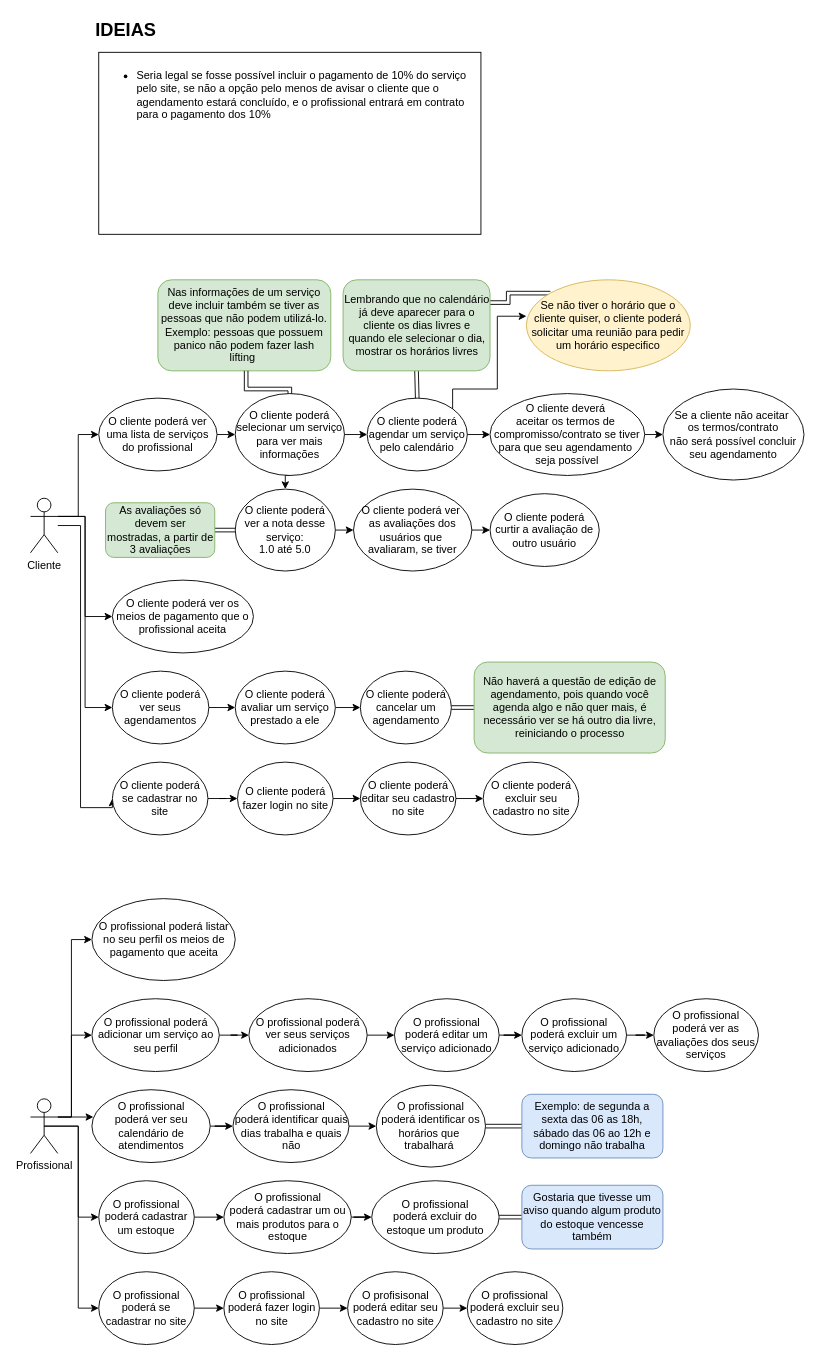
Above: docs/casosDeUso.drawio in SamelaHostins/SISTEMA-DE-GERENCIAMENTO-BACKEND (draw.io), before the change. Source tidied: cells renumbered, new cells numbered last; positions are measured from the earlier drawing's top-left corner, leaving out a move shared by most shapes. Both pictures are drawn from the tidied source at 91%, with x=0, y=0 at pixel (30, 15).
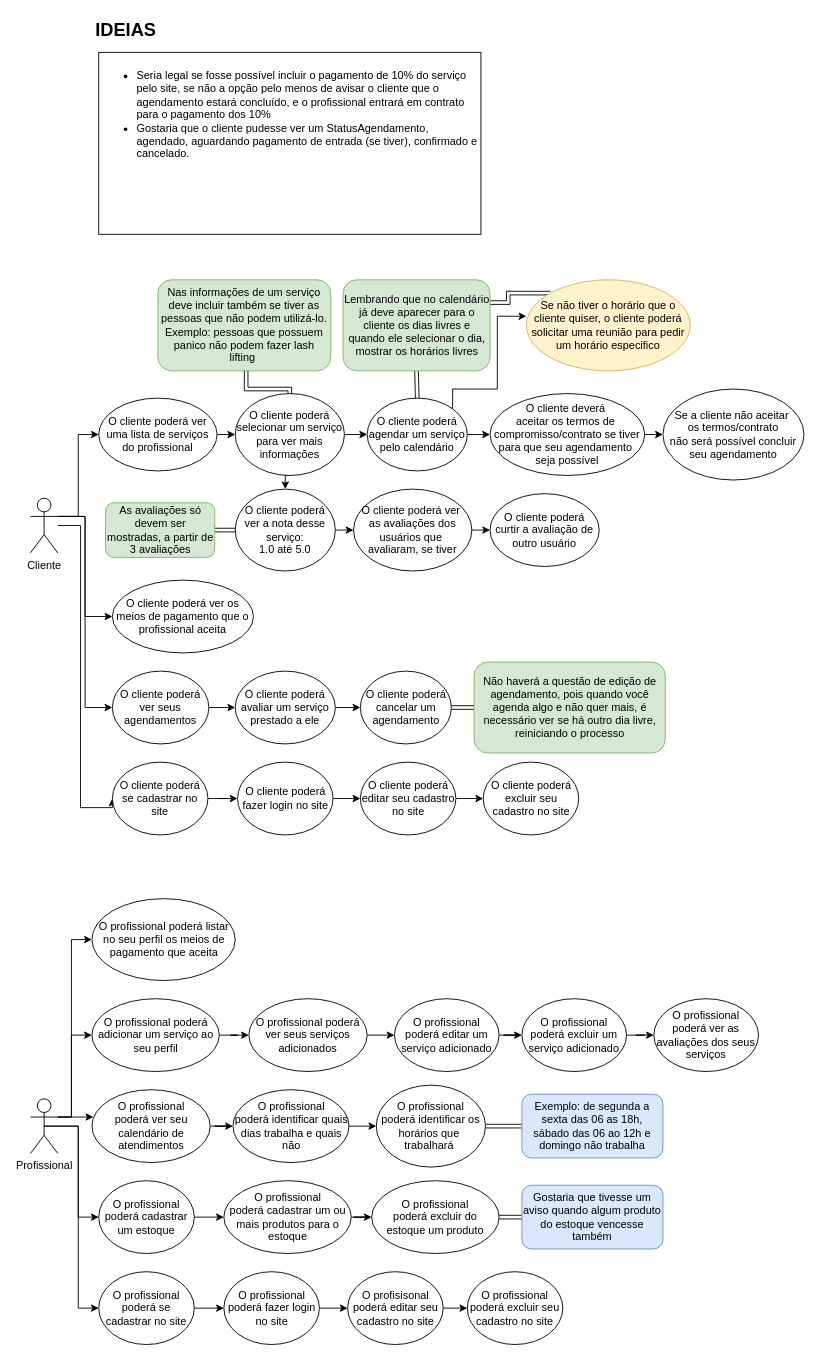
The same page after the edit.

What changed in the source:
```diff
@@
-    <mxCell id="82" value="&lt;ul&gt;&lt;li&gt;Seria legal se fosse possível incluir o pagamento de 10% do serviço pelo site, se não a opção pelo menos de avisar o cliente que o agendamento estará concluído, e o profissional entrará em contrato para o pagamento dos 10%&lt;/li&gt;&lt;/ul&gt;" style="rounded=0;whiteSpace=wrap;html=1;align=left;verticalAlign=top;" parent="1" vertex="1">
+    <mxCell id="82" value="&lt;ul&gt;&lt;li&gt;Seria legal se fosse possível incluir o pagamento de 10% do serviço pelo site, se não a opção pelo menos de avisar o cliente que o agendamento estará concluído, e o profissional entrará em contrato para o pagamento dos 10%&lt;/li&gt;&lt;li&gt;Gostaria que o cliente pudesse ver um StatusAgendamento, agendado, aguardando pagamento de entrada (se tiver), confirmado e cancelado.&lt;/li&gt;&lt;/ul&gt;" style="rounded=0;whiteSpace=wrap;html=1;align=left;verticalAlign=top;" parent="1" vertex="1">
       <mxGeometry x="75" y="40" width="420" height="200" as="geometry" />
     </mxCell>
```
